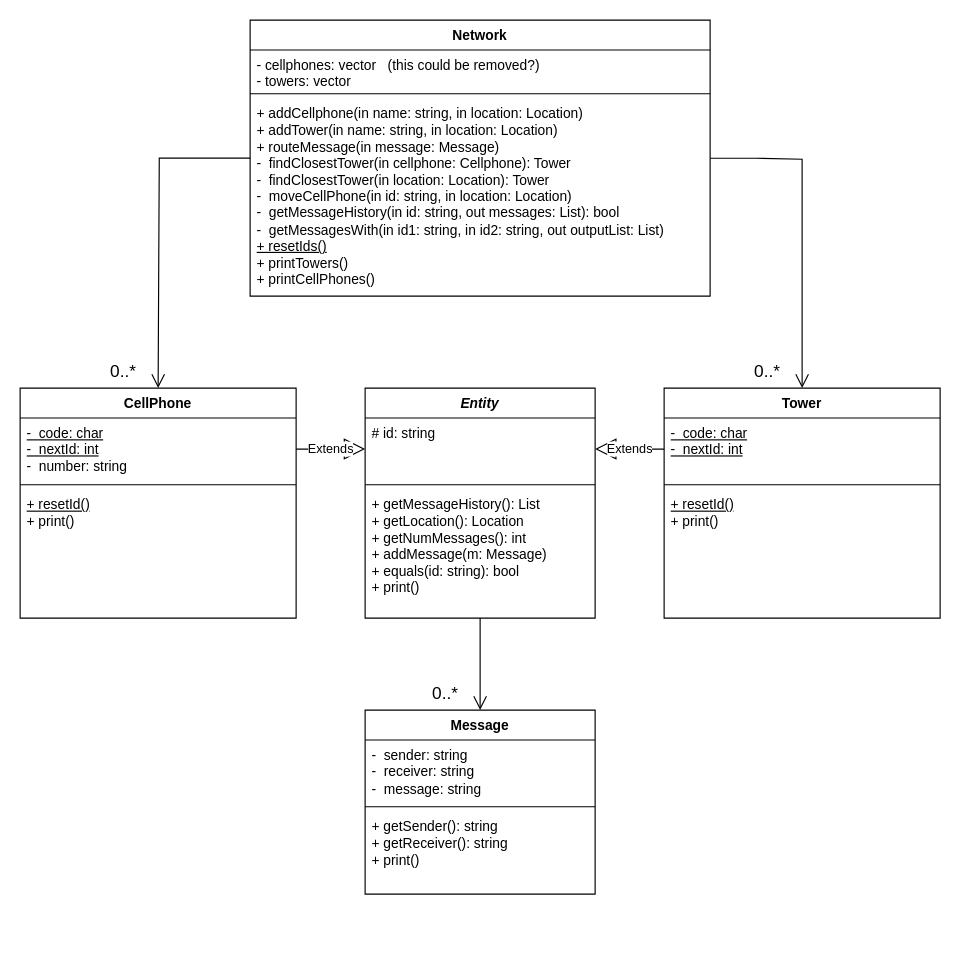
InvalidPathException/draw.io keeps this draw.io diagram as Untitled Diagram.drawio. Above is the earlier version. Source tidied: cells renumbered, new cells numbered last; positions are measured from the earlier drawing's top-left corner, leaving out a move shared by most shapes. Both pictures are drawn from the tidied source at 115%, with x=0, y=0 at pixel (20, 20).
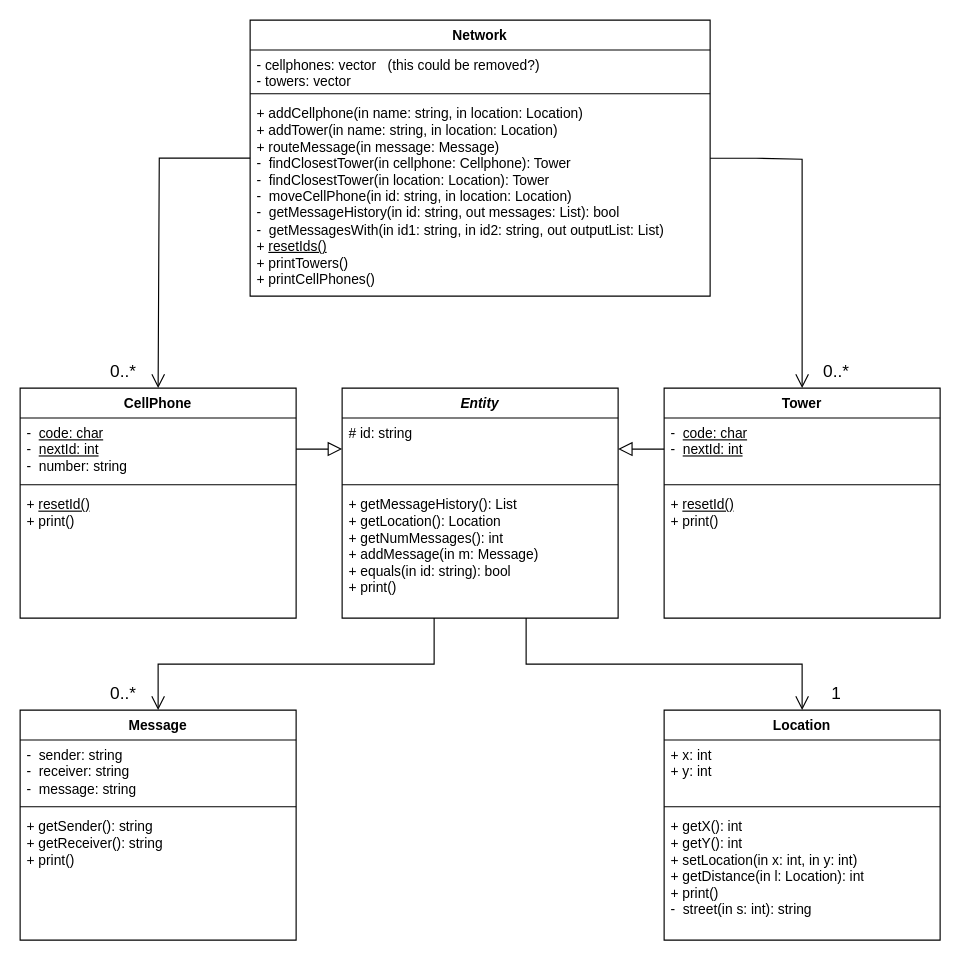
Above is the later version.

Unchanged cells that the change refers to:
```xml
<mxCell id="2" value="Network" style="swimlane;fontStyle=1;align=center;verticalAlign=top;horizontal=1;startSize=26;whiteSpace=wrap;html=1;" parent="1" vertex="1">
  <mxGeometry x="200" width="400" height="240" as="geometry" />
</mxCell>
<mxCell id="8" value="CellPhone" style="swimlane;fontStyle=1;align=center;verticalAlign=top;horizontal=1;startSize=26;whiteSpace=wrap;html=1;" parent="1" vertex="1">
  <mxGeometry y="320" width="240" height="200" as="geometry" />
</mxCell>
<mxCell id="12" value="Tower" style="swimlane;fontStyle=1;align=center;verticalAlign=top;horizontal=1;startSize=26;whiteSpace=wrap;html=1;" parent="1" vertex="1">
  <mxGeometry x="560" y="320" width="240" height="200" as="geometry" />
</mxCell>
```

The edit, as a diff of the source:
```diff
@@
-    <mxCell id="6" value="&lt;div&gt;&lt;div style=&quot;border-color: var(--border-color);&quot;&gt;+ addCellphone(in name: string, in location: Location)&lt;br style=&quot;border-color: var(--border-color);&quot;&gt;+ addTower(in name: string, in location: Location)&lt;/div&gt;&lt;div style=&quot;border-color: var(--border-color);&quot;&gt;+ routeMessage(in message: Message)&lt;br style=&quot;border-color: var(--border-color);&quot;&gt;-&amp;nbsp; findClosestTower(in&amp;nbsp;cellphone: Cellphone): Tower&lt;br style=&quot;border-color: var(--border-color);&quot;&gt;-&amp;nbsp; findClosestTower(in location: Location): Tower&lt;br style=&quot;border-color: var(--border-color);&quot;&gt;&lt;/div&gt;-&amp;nbsp; moveCellPhone(in id: string, in location: Location)&lt;br style=&quot;border-color: var(--border-color);&quot;&gt;&lt;div style=&quot;border-color: var(--border-color);&quot;&gt;-&amp;nbsp; getMessageHistory(in id: string, out messages: List): bool&lt;br&gt;&lt;/div&gt;&lt;div style=&quot;border-color: var(--border-color);&quot;&gt;-&amp;nbsp; getMessagesWith(in id1: string, in id2: string, out outputList: List)&lt;br style=&quot;border-color: var(--border-color);&quot;&gt;&lt;u&gt;+ resetIds()&lt;/u&gt;&lt;br style=&quot;border-color: var(--border-color);&quot;&gt;&lt;/div&gt;&lt;div style=&quot;border-color: var(--border-color);&quot;&gt;+ printTowers()&lt;/div&gt;&lt;div style=&quot;border-color: var(--border-color);&quot;&gt;+ printCellPhones()&lt;/div&gt;&lt;/div&gt;" style="text;strokeColor=none;fillColor=none;align=left;verticalAlign=top;spacingLeft=4;spacingRight=4;overflow=hidden;points=[[0,0.5],[1,0.5]];portConstraint=eastwest;whiteSpace=wrap;html=1;" parent="2" vertex="1">
+    <mxCell id="6" value="&lt;div&gt;&lt;div style=&quot;border-color: var(--border-color);&quot;&gt;+ addCellphone(in name: string, in location: Location)&lt;br style=&quot;border-color: var(--border-color);&quot;&gt;+ addTower(in name: string, in location: Location)&lt;/div&gt;&lt;div style=&quot;border-color: var(--border-color);&quot;&gt;+ routeMessage(in message: Message)&lt;br style=&quot;border-color: var(--border-color);&quot;&gt;-&amp;nbsp; findClosestTower(in&amp;nbsp;cellphone: Cellphone): Tower&lt;br style=&quot;border-color: var(--border-color);&quot;&gt;-&amp;nbsp; findClosestTower(in location: Location): Tower&lt;br style=&quot;border-color: var(--border-color);&quot;&gt;&lt;/div&gt;-&amp;nbsp; moveCellPhone(in id: string, in location: Location)&lt;br style=&quot;border-color: var(--border-color);&quot;&gt;&lt;div style=&quot;border-color: var(--border-color);&quot;&gt;-&amp;nbsp; getMessageHistory(in id: string, out messages: List): bool&lt;br&gt;&lt;/div&gt;&lt;div style=&quot;border-color: var(--border-color);&quot;&gt;-&amp;nbsp; getMessagesWith(in id1: string, in id2: string, out outputList: List)&lt;br style=&quot;border-color: var(--border-color);&quot;&gt;+ &lt;u&gt;resetIds()&lt;/u&gt;&lt;br style=&quot;border-color: var(--border-color);&quot;&gt;&lt;/div&gt;&lt;div style=&quot;border-color: var(--border-color);&quot;&gt;+ printTowers()&lt;/div&gt;&lt;div style=&quot;border-color: var(--border-color);&quot;&gt;+ printCellPhones()&lt;/div&gt;&lt;/div&gt;" style="text;strokeColor=none;fillColor=none;align=left;verticalAlign=top;spacingLeft=4;spacingRight=4;overflow=hidden;points=[[0,0.5],[1,0.5]];portConstraint=eastwest;whiteSpace=wrap;html=1;" parent="2" vertex="1">
       <mxGeometry y="68" width="400" height="172" as="geometry" />
     </mxCell>
@@
-    <mxCell id="9" value="&lt;div&gt;&lt;u&gt;-&amp;nbsp; code: char&lt;br&gt;&lt;/u&gt;&lt;/div&gt;&lt;div&gt;&lt;u&gt;-&amp;nbsp; nextId: int&lt;/u&gt;&lt;/div&gt;&lt;div&gt;-&amp;nbsp; number: string&lt;br&gt;&lt;/div&gt;" style="text;strokeColor=none;fillColor=none;align=left;verticalAlign=top;spacingLeft=4;spacingRight=4;overflow=hidden;points=[[0,0.5],[1,0.5]];portConstraint=eastwest;whiteSpace=wrap;html=1;" parent="8" vertex="1">
+    <mxCell id="9" value="&lt;div&gt;-&amp;nbsp; &lt;u&gt;code: char&lt;br&gt;&lt;/u&gt;&lt;/div&gt;&lt;div&gt;-&amp;nbsp; &lt;u&gt;nextId: int&lt;/u&gt;&lt;/div&gt;&lt;div&gt;-&amp;nbsp; number: string&lt;br&gt;&lt;/div&gt;" style="text;strokeColor=none;fillColor=none;align=left;verticalAlign=top;spacingLeft=4;spacingRight=4;overflow=hidden;points=[[0,0.5],[1,0.5]];portConstraint=eastwest;whiteSpace=wrap;html=1;" parent="8" vertex="1">
       <mxGeometry y="26" width="240" height="54" as="geometry" />
     </mxCell>
@@
-    <mxCell id="11" value="&lt;div&gt;&lt;u&gt;+ resetId()&lt;/u&gt;&lt;/div&gt;&lt;div&gt;+ print()&lt;br&gt;&lt;/div&gt;" style="text;strokeColor=none;fillColor=none;align=left;verticalAlign=top;spacingLeft=4;spacingRight=4;overflow=hidden;whiteSpace=wrap;html=1;" parent="8" vertex="1">
+    <mxCell id="11" value="&lt;div&gt;+ &lt;u&gt;resetId()&lt;/u&gt;&lt;/div&gt;&lt;div&gt;+ print()&lt;br&gt;&lt;/div&gt;" style="text;strokeColor=none;fillColor=none;align=left;verticalAlign=top;spacingLeft=4;spacingRight=4;overflow=hidden;whiteSpace=wrap;html=1;" parent="8" vertex="1">
       <mxGeometry y="88" width="240" height="112" as="geometry" />
     </mxCell>
@@
-    <mxCell id="13" value="&lt;div&gt;&lt;u&gt;-&amp;nbsp; code: char&lt;br&gt;&lt;/u&gt;&lt;/div&gt;&lt;div&gt;&lt;u&gt;-&amp;nbsp; nextId: int&lt;/u&gt;&lt;/div&gt;" style="text;strokeColor=none;fillColor=none;align=left;verticalAlign=top;spacingLeft=4;spacingRight=4;overflow=hidden;points=[[0,0.5],[1,0.5]];portConstraint=eastwest;whiteSpace=wrap;html=1;" parent="12" vertex="1">
+    <mxCell id="13" value="&lt;div&gt;-&amp;nbsp; &lt;u&gt;code: char&lt;br&gt;&lt;/u&gt;&lt;/div&gt;&lt;div&gt;-&amp;nbsp; &lt;u&gt;nextId: int&lt;/u&gt;&lt;/div&gt;" style="text;strokeColor=none;fillColor=none;align=left;verticalAlign=top;spacingLeft=4;spacingRight=4;overflow=hidden;points=[[0,0.5],[1,0.5]];portConstraint=eastwest;whiteSpace=wrap;html=1;" parent="12" vertex="1">
       <mxGeometry y="26" width="240" height="54" as="geometry" />
     </mxCell>
@@
-    <mxCell id="15" value="&lt;div&gt;&lt;u&gt;+ resetId()&lt;/u&gt;&lt;/div&gt;&lt;div&gt;+ print()&lt;br&gt;&lt;/div&gt;" style="text;strokeColor=none;fillColor=none;align=left;verticalAlign=top;spacingLeft=4;spacingRight=4;overflow=hidden;whiteSpace=wrap;html=1;" parent="12" vertex="1">
+    <mxCell id="15" value="&lt;div&gt;+ &lt;u&gt;resetId()&lt;/u&gt;&lt;/div&gt;&lt;div&gt;+ print()&lt;br&gt;&lt;/div&gt;" style="text;strokeColor=none;fillColor=none;align=left;verticalAlign=top;spacingLeft=4;spacingRight=4;overflow=hidden;whiteSpace=wrap;html=1;" parent="12" vertex="1">
       <mxGeometry y="88" width="240" height="112" as="geometry" />
     </mxCell>
-    <mxCell id="16" style="edgeStyle=orthogonalEdgeStyle;rounded=0;jettySize=auto;html=1;entryX=0.5;entryY=0;entryDx=0;entryDy=0;endArrow=open;endFill=0;endSize=10;" parent="1" edge="1" source="17" target="22">
-      <mxGeometry relative="1" as="geometry" />
+    <mxCell id="16" style="edgeStyle=orthogonalEdgeStyle;rounded=0;jettySize=auto;html=1;entryX=0.5;entryY=0;entryDx=0;entryDy=0;endArrow=open;endFill=0;endSize=10;" parent="1" edge="1" target="22">
+      <mxGeometry relative="1" as="geometry">
+        <mxPoint x="360" y="520" as="sourcePoint" />
+        <Array as="points">
+          <mxPoint x="360" y="560" />
+          <mxPoint x="120" y="560" />
+        </Array>
+      </mxGeometry>
     </mxCell>
     <mxCell id="17" value="&lt;i&gt;Entity&lt;/i&gt;" style="swimlane;fontStyle=1;align=center;verticalAlign=top;horizontal=1;startSize=26;whiteSpace=wrap;html=1;" parent="1" vertex="1">
-      <mxGeometry x="300" y="320" width="200" height="200" as="geometry" />
+      <mxGeometry x="280" y="320" width="240" height="200" as="geometry" />
     </mxCell>
     <mxCell id="18" value="# id: string" style="text;strokeColor=none;fillColor=none;align=left;verticalAlign=top;spacingLeft=4;spacingRight=4;overflow=hidden;points=[[0,0.5],[1,0.5]];portConstraint=eastwest;whiteSpace=wrap;html=1;" parent="17" vertex="1">
-      <mxGeometry y="26" width="200" height="54" as="geometry" />
+      <mxGeometry y="26" width="240" height="54" as="geometry" />
     </mxCell>
     <mxCell id="19" style="line;strokeWidth=1;fillColor=none;align=left;verticalAlign=middle;spacingTop=-1;spacingLeft=3;spacingRight=3;labelPosition=right;strokeColor=inherit;" parent="17" vertex="1">
-      <mxGeometry y="80" width="200" height="8" as="geometry" />
+      <mxGeometry y="80" width="240" height="8" as="geometry" />
     </mxCell>
-    <mxCell id="20" value="+ getMessageHistory(): List&lt;br&gt;+ getLocation(): Location&lt;br&gt;+&amp;nbsp;getNumMessages(): int&lt;br&gt;+ addMessage(m: Message)&lt;br&gt;+&amp;nbsp;equals(id: string): bool&lt;br&gt;+ print()" style="text;strokeColor=none;fillColor=none;align=left;verticalAlign=top;spacingLeft=4;spacingRight=4;overflow=hidden;whiteSpace=wrap;html=1;" parent="17" vertex="1">
-      <mxGeometry y="88" width="200" height="112" as="geometry" />
+    <mxCell id="20" value="+ getMessageHistory(): List&lt;br&gt;+ getLocation(): Location&lt;br&gt;+&amp;nbsp;getNumMessages(): int&lt;br&gt;+ addMessage(in m: Message)&lt;br&gt;+&amp;nbsp;equals(in id: string): bool&lt;br&gt;+ print()" style="text;strokeColor=none;fillColor=none;align=left;verticalAlign=top;spacingLeft=4;spacingRight=4;overflow=hidden;whiteSpace=wrap;html=1;" parent="17" vertex="1">
+      <mxGeometry y="88" width="240" height="112" as="geometry" />
     </mxCell>
@@
     <mxCell id="22" value="Message" style="swimlane;fontStyle=1;align=center;verticalAlign=top;horizontal=1;startSize=26;whiteSpace=wrap;html=1;" parent="1" vertex="1">
-      <mxGeometry x="300" y="600" width="200" height="160" as="geometry" />
+      <mxGeometry y="600" width="240" height="200" as="geometry" />
     </mxCell>
     <mxCell id="23" value="-&amp;nbsp; sender: string&lt;br&gt;-&amp;nbsp; receiver: string&lt;br&gt;-&amp;nbsp; message: string" style="text;strokeColor=none;fillColor=none;align=left;verticalAlign=top;spacingLeft=4;spacingRight=4;overflow=hidden;whiteSpace=wrap;html=1;" parent="22" vertex="1">
-      <mxGeometry y="26" width="200" height="54" as="geometry" />
+      <mxGeometry y="26" width="240" height="54" as="geometry" />
     </mxCell>
     <mxCell id="24" style="line;strokeWidth=1;fillColor=none;align=left;verticalAlign=middle;spacingTop=-1;spacingLeft=3;spacingRight=3;labelPosition=right;strokeColor=inherit;" parent="22" vertex="1">
-      <mxGeometry y="80" width="200" height="8" as="geometry" />
+      <mxGeometry y="80" width="240" height="8" as="geometry" />
     </mxCell>
     <mxCell id="25" value="+ getSender(): string&lt;br&gt;+ getReceiver(): string&lt;br&gt;+ print()" style="text;strokeColor=none;fillColor=none;align=left;verticalAlign=top;spacingLeft=4;spacingRight=4;overflow=hidden;whiteSpace=wrap;html=1;" parent="22" vertex="1">
-      <mxGeometry y="88" width="200" height="72" as="geometry" />
+      <mxGeometry y="88" width="240" height="112" as="geometry" />
     </mxCell>
+    <mxCell id="28" value="&lt;font style=&quot;font-size: 15px;&quot;&gt;0..*&lt;/font&gt;" style="text;html=1;strokeColor=none;fillColor=none;align=center;verticalAlign=middle;whiteSpace=wrap;rounded=0;" parent="1" vertex="1">
+      <mxGeometry x="680" y="290" width="60" height="30" as="geometry" />
+    </mxCell>
+    <mxCell id="29" value="&lt;font style=&quot;font-size: 15px;&quot;&gt;0..*&lt;/font&gt;" style="text;html=1;strokeColor=none;fillColor=none;align=center;verticalAlign=middle;whiteSpace=wrap;rounded=0;" parent="1" vertex="1">
+      <mxGeometry x="60" y="570" width="60" height="30" as="geometry" />
+    </mxCell>
-    <mxCell id="26" value="Extends" style="endArrow=block;endSize=16;endFill=0;html=1;rounded=0;entryX=1;entryY=0.5;entryDx=0;entryDy=0;exitX=0;exitY=0.5;exitDx=0;exitDy=0;" parent="1" edge="1" source="13" target="18">
+    <mxCell id="26" style="endArrow=block;html=1;rounded=0;exitX=0;exitY=0.5;exitDx=0;exitDy=0;entryX=1;entryY=0.5;entryDx=0;entryDy=0;endFill=0;endSize=10;" parent="1" edge="1" source="13" target="18">
       <mxGeometry relative="1" as="geometry" />
     </mxCell>
-    <mxCell id="27" value="Extends" style="endArrow=block;endSize=16;endFill=0;html=1;rounded=0;entryX=0;entryY=0.5;entryDx=0;entryDy=0;exitX=1;exitY=0.5;exitDx=0;exitDy=0;" parent="1" edge="1" source="9" target="18">
+    <mxCell id="27" style="endArrow=block;html=1;rounded=0;exitX=1;exitY=0.5;exitDx=0;exitDy=0;entryX=0;entryY=0.5;entryDx=0;entryDy=0;endFill=0;endSize=10;" parent="1" edge="1" source="9" target="18">
       <mxGeometry relative="1" as="geometry" />
     </mxCell>
-    <mxCell id="28" value="&lt;font style=&quot;font-size: 15px;&quot;&gt;0..*&lt;/font&gt;" style="text;html=1;strokeColor=none;fillColor=none;align=center;verticalAlign=middle;whiteSpace=wrap;rounded=0;" parent="1" vertex="1">
-      <mxGeometry x="620" y="290" width="60" height="30" as="geometry" />
-    </mxCell>
-    <mxCell id="29" value="&lt;font style=&quot;font-size: 15px;&quot;&gt;0..*&lt;/font&gt;" style="text;html=1;strokeColor=none;fillColor=none;align=center;verticalAlign=middle;whiteSpace=wrap;rounded=0;" parent="1" vertex="1">
-      <mxGeometry x="340" y="570" width="60" height="30" as="geometry" />
-    </mxCell>
+    <mxCell id="30" style="edgeStyle=orthogonalEdgeStyle;rounded=0;orthogonalLoop=1;jettySize=auto;html=1;endArrow=open;endFill=0;endSize=10;" parent="1" edge="1">
+      <mxGeometry relative="1" as="geometry">
+        <mxPoint x="440" y="520" as="sourcePoint" />
+        <mxPoint x="680" y="600" as="targetPoint" />
+        <Array as="points">
+          <mxPoint x="440" y="560" />
+          <mxPoint x="680" y="560" />
+          <mxPoint x="680" y="600" />
+        </Array>
+      </mxGeometry>
+    </mxCell>
+    <mxCell id="31" value="Location" style="swimlane;fontStyle=1;align=center;verticalAlign=top;horizontal=1;startSize=26;whiteSpace=wrap;html=1;" parent="1" vertex="1">
+      <mxGeometry x="560" y="600" width="240" height="200" as="geometry" />
+    </mxCell>
+    <mxCell id="32" value="+ x: int&lt;br&gt;+ y: int" style="text;strokeColor=none;fillColor=none;align=left;verticalAlign=top;spacingLeft=4;spacingRight=4;overflow=hidden;whiteSpace=wrap;html=1;" parent="31" vertex="1">
+      <mxGeometry y="26" width="240" height="54" as="geometry" />
+    </mxCell>
+    <mxCell id="33" style="line;strokeWidth=1;fillColor=none;align=left;verticalAlign=middle;spacingTop=-1;spacingLeft=3;spacingRight=3;labelPosition=right;strokeColor=inherit;" parent="31" vertex="1">
+      <mxGeometry y="80" width="240" height="8" as="geometry" />
+    </mxCell>
+    <mxCell id="34" value="&lt;div&gt;+ getX(): int&lt;/div&gt;&lt;div&gt;+ getY(): int&lt;/div&gt;&lt;div&gt;+ setLocation(in x: int, in y: int)&lt;/div&gt;&lt;div&gt;+ getDistance(in l: Location): int&lt;br&gt;&lt;/div&gt;&lt;div&gt;+ print()&lt;/div&gt;&lt;div&gt;-&amp;nbsp; street(in s: int): string&lt;br&gt;&lt;/div&gt;" style="text;strokeColor=none;fillColor=none;align=left;verticalAlign=top;spacingLeft=4;spacingRight=4;overflow=hidden;whiteSpace=wrap;html=1;" parent="31" vertex="1">
+      <mxGeometry y="88" width="240" height="112" as="geometry" />
+    </mxCell>
+    <mxCell id="35" value="&lt;font style=&quot;font-size: 15px;&quot;&gt;1&lt;/font&gt;" style="text;html=1;strokeColor=none;fillColor=none;align=center;verticalAlign=middle;whiteSpace=wrap;rounded=0;" parent="1" vertex="1">
+      <mxGeometry x="680" y="570" width="60" height="30" as="geometry" />
+    </mxCell>
```
